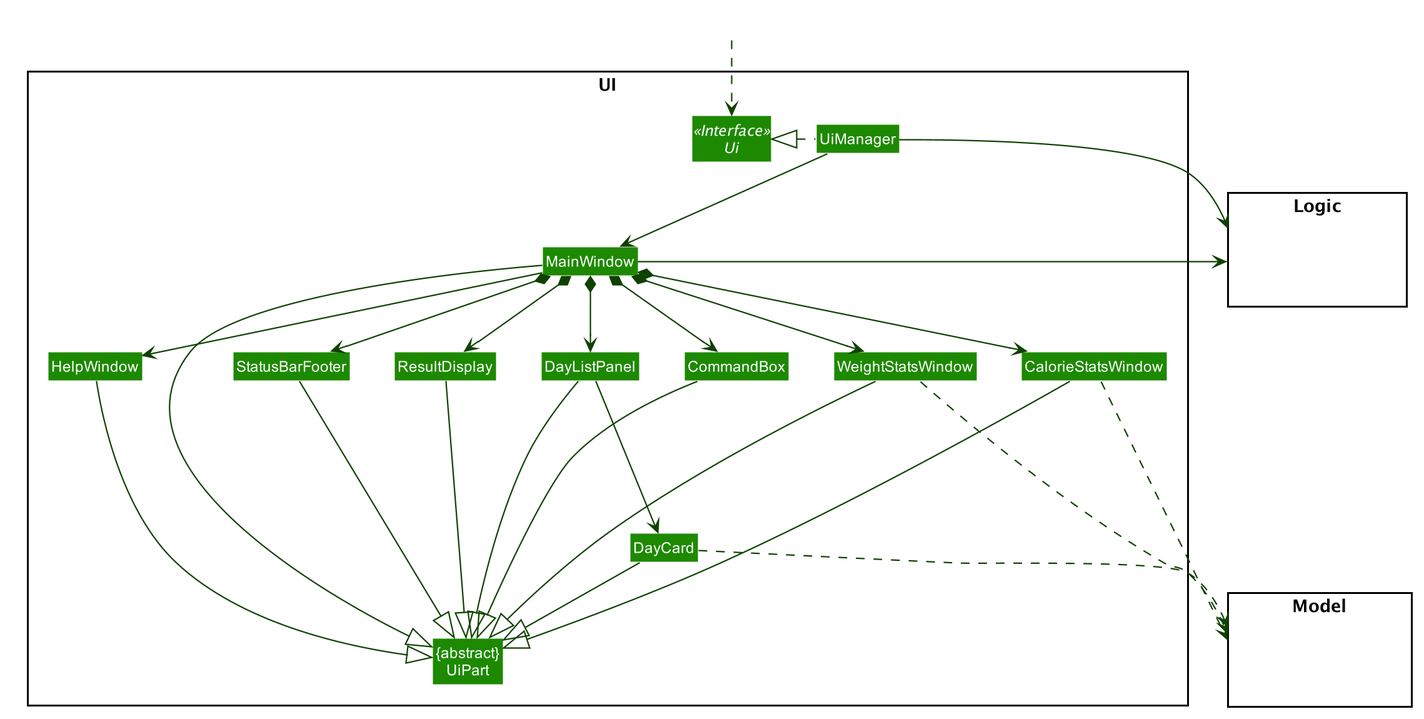
This is docs/images/UiClassDiagram.png from wayne987/tp, a PlantUML export, as it was before one commit.
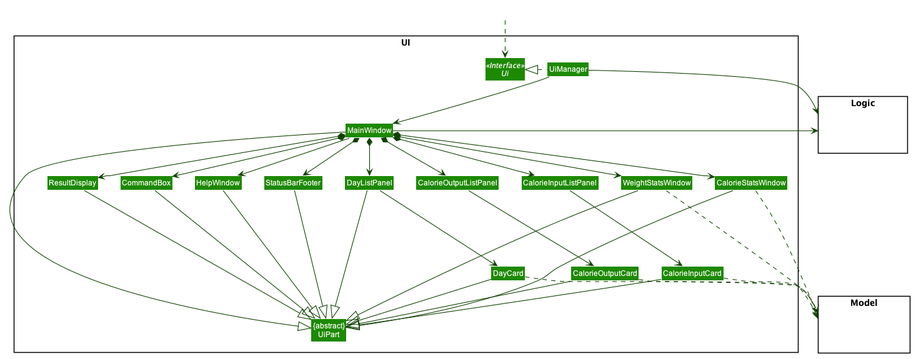
The same file after the commit.

What changed in the source:
```diff
@@ -64,6 +64,10 @@
 Class CommandBox
 Class CalorieStatsWindow
 Class WeightStatsWindow
+Class CalorieInputCard
+Class CalorieInputListPanel
+Class CalorieOutputCard
+Class CalorieOutputListPanel
 }
 
 package Model <<Rectangle>> {
@@ -86,8 +90,14 @@
 MainWindow *-down-> CalorieStatsWindow
 MainWindow *-down-> DayListPanel
 MainWindow *-down-> StatusBarFooter
+MainWindow *-down-> CalorieInputListPanel
+MainWindow *-down-> CalorieOutputListPanel
+
 
 DayListPanel -down--> DayCard
+CalorieInputListPanel -down--> CalorieInputCard
+CalorieOutputListPanel -down--> CalorieOutputCard
+
 
 MainWindow --|> UiPart
 
@@ -95,13 +105,19 @@
 CommandBox --|> UiPart
 DayListPanel --|> UiPart
 DayCard --|> UiPart
+CalorieInputCard --|> UiPart
+CalorieOutputCard --|> UiPart
 StatusBarFooter --|> UiPart
 HelpWindow --|> UiPart
 WeightStatsWindow --|> UiPart
 CalorieStatsWindow --|> UiPart
+
 CalorieStatsWindow -down-..> Model
 WeightStatsWindow ..> Model
 DayCard ..> Model
+CalorieInputCard ..> Model
+CalorieOutputCard ..> Model
+
 UiManager -right-> Logic
 MainWindow -left-> Logic
 
```
